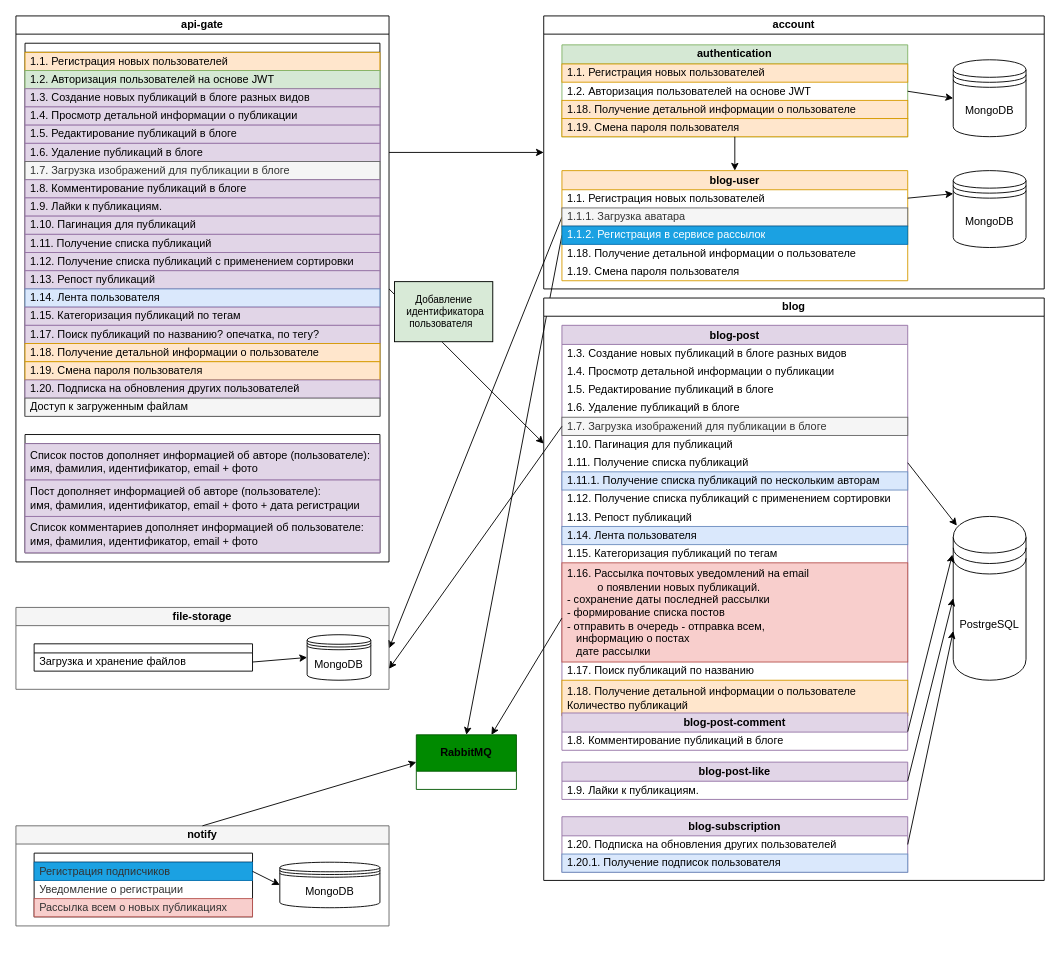
htmlacademy-nestjs/2486639-readme-8 keeps this draw.io diagram as specification.drawio. Above is the earlier version. Source tidied: cells renumbered, new cells numbered last; positions are measured from the earlier drawing's top-left corner, leaving out a move shared by most shapes. Both pictures are drawn from the tidied source at 91%, with x=0, y=0 at pixel (15, 15).
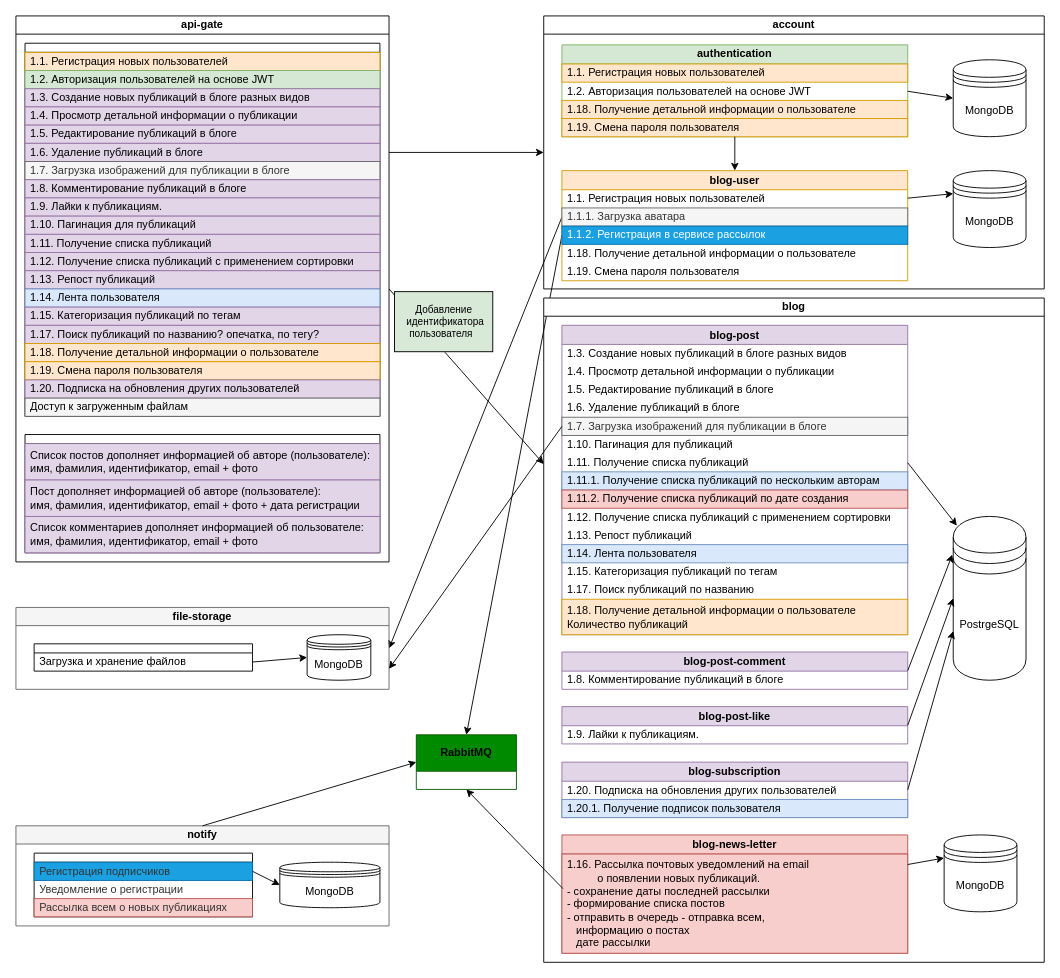
Above is the later version.

Commit message (it also covers changes not shown here):
скорректировал схему

Unchanged cells that the change refers to:
```xml
<mxCell id="93" value="&lt;span style=&quot;color: rgb(0, 0, 0);&quot;&gt;RabbitMQ&lt;/span&gt;" style="swimlane;whiteSpace=wrap;html=1;align=center;fontSize=12;startSize=40;fillColor=#008a00;fontColor=#ffffff;strokeColor=#005700;" parent="1" vertex="1">
  <mxGeometry x="440" y="790" width="110" height="60" as="geometry" />
</mxCell>
```

Change to the diagram source:
```diff
@@
     <mxCell id="48" value="blog" style="swimlane;whiteSpace=wrap;html=1;align=center;fontSize=12;startSize=20;" parent="1" vertex="1">
-      <mxGeometry x="580" y="310" width="550" height="640" as="geometry" />
+      <mxGeometry x="580" y="310" width="550" height="730" as="geometry" />
     </mxCell>
     <mxCell id="49" value="&lt;span style=&quot;font-weight: 700;&quot;&gt;blog-post&lt;/span&gt;" style="swimlane;fontStyle=0;horizontal=1;startSize=21;whiteSpace=wrap;html=1;fillColor=#e1d5e7;strokeColor=#9673a6;" parent="48" vertex="1">
-      <mxGeometry x="20" y="30" width="380" height="429" as="geometry" />
+      <mxGeometry x="20" y="30" width="380" height="340" as="geometry" />
     </mxCell>
@@
+    <mxCell id="95" value="&lt;span style=&quot;text-wrap-mode: nowrap;&quot;&gt;1.11.2. Получение списка публикаций по дате создания&lt;/span&gt;" style="text;align=left;verticalAlign=middle;spacingLeft=4;spacingRight=4;overflow=hidden;whiteSpace=wrap;html=1;fillColor=#f8cecc;strokeColor=#b85450;" parent="49" vertex="1">
+      <mxGeometry y="181" width="380" height="20" as="geometry" />
+    </mxCell>
     <mxCell id="58" value="&lt;span style=&quot;text-wrap-mode: nowrap;&quot;&gt;1.12. Получение списка публикаций с применением сортировки&lt;/span&gt;" style="text;align=left;verticalAlign=middle;spacingLeft=4;spacingRight=4;overflow=hidden;whiteSpace=wrap;html=1;" parent="49" vertex="1">
-      <mxGeometry y="181" width="380" height="20" as="geometry" />
+      <mxGeometry y="201" width="380" height="20" as="geometry" />
     </mxCell>
     <mxCell id="59" value="&lt;span style=&quot;text-wrap-mode: nowrap;&quot;&gt;1.13. Репост публикаций&lt;/span&gt;" style="text;align=left;verticalAlign=middle;spacingLeft=4;spacingRight=4;overflow=hidden;whiteSpace=wrap;html=1;" parent="49" vertex="1">
-      <mxGeometry y="201" width="380" height="20" as="geometry" />
+      <mxGeometry y="221" width="380" height="20" as="geometry" />
     </mxCell>
     <mxCell id="60" value="&lt;span style=&quot;text-wrap-mode: nowrap;&quot;&gt;1.14. Лента пользователя&lt;/span&gt;" style="text;align=left;verticalAlign=middle;spacingLeft=4;spacingRight=4;overflow=hidden;whiteSpace=wrap;html=1;fillColor=#dae8fc;strokeColor=#6c8ebf;" parent="49" vertex="1">
-      <mxGeometry y="221" width="380" height="20" as="geometry" />
+      <mxGeometry y="241" width="380" height="20" as="geometry" />
     </mxCell>
     <mxCell id="61" value="&lt;span style=&quot;text-wrap-mode: nowrap;&quot;&gt;1.15. Категоризация публикаций по тегам&lt;/span&gt;" style="text;align=left;verticalAlign=middle;spacingLeft=4;spacingRight=4;overflow=hidden;whiteSpace=wrap;html=1;" parent="49" vertex="1">
-      <mxGeometry y="241" width="380" height="20" as="geometry" />
+      <mxGeometry y="261" width="380" height="20" as="geometry" />
     </mxCell>
-    <mxCell id="62" value="&lt;span style=&quot;text-align: center; text-wrap-mode: nowrap;&quot;&gt;1.16. Рассылка почтовых уведомлений на email&lt;/span&gt;&lt;div&gt;&lt;span style=&quot;text-align: center; text-wrap-mode: nowrap;&quot;&gt;&amp;nbsp; &amp;nbsp; &amp;nbsp; &amp;nbsp; &amp;nbsp; о появлении новых публикаций.&lt;/span&gt;&lt;/div&gt;&lt;div&gt;&lt;span style=&quot;text-align: center; text-wrap-mode: nowrap;&quot;&gt;- сохранение даты последней рассылки&lt;/span&gt;&lt;/div&gt;&lt;div&gt;&lt;span style=&quot;text-align: center; text-wrap-mode: nowrap;&quot;&gt;- формирование списка постов&lt;/span&gt;&lt;/div&gt;&lt;div&gt;&lt;span style=&quot;text-align: center; text-wrap-mode: nowrap;&quot;&gt;- отправить в очередь - отправка всем,&amp;nbsp;&lt;/span&gt;&lt;/div&gt;&lt;div&gt;&lt;span style=&quot;text-align: center; text-wrap-mode: nowrap;&quot;&gt;&amp;nbsp; &amp;nbsp;информацию о постах&amp;nbsp;&lt;/span&gt;&lt;/div&gt;&lt;div&gt;&lt;span style=&quot;text-align: center; text-wrap-mode: nowrap;&quot;&gt;&amp;nbsp; &amp;nbsp;дате рассылки&lt;/span&gt;&lt;/div&gt;" style="text;align=left;verticalAlign=middle;spacingLeft=4;spacingRight=4;overflow=hidden;points=[[0,0.5],[1,0.5]];portConstraint=eastwest;whiteSpace=wrap;html=1;fillColor=#f8cecc;strokeColor=#b85450;" parent="49" vertex="1">
-      <mxGeometry y="261" width="380" height="109" as="geometry" />
-    </mxCell>
     <mxCell id="63" value="&lt;span style=&quot;text-wrap-mode: nowrap;&quot;&gt;1.17. Поиск публикаций по названию&lt;/span&gt;" style="text;align=left;verticalAlign=middle;spacingLeft=4;spacingRight=4;overflow=hidden;whiteSpace=wrap;html=1;" parent="49" vertex="1">
-      <mxGeometry y="370" width="380" height="20" as="geometry" />
+      <mxGeometry y="281" width="380" height="20" as="geometry" />
     </mxCell>
     <mxCell id="64" value="&lt;span style=&quot;text-align: center; text-wrap-mode: nowrap;&quot;&gt;1.18. Получение детальной информации о пользователе&lt;/span&gt;&lt;div&gt;&lt;span style=&quot;text-align: center; text-wrap-mode: nowrap;&quot;&gt;Количество публикаций&lt;/span&gt;&lt;/div&gt;" style="text;strokeColor=#d79b00;fillColor=#ffe6cc;align=left;verticalAlign=middle;spacingLeft=4;spacingRight=4;overflow=hidden;whiteSpace=wrap;html=1;" parent="49" vertex="1">
-      <mxGeometry y="390" width="380" height="39" as="geometry" />
+      <mxGeometry y="301" width="380" height="39" as="geometry" />
     </mxCell>
@@
     <mxCell id="67" value="&lt;span style=&quot;font-weight: 700;&quot;&gt;blog-post-comment&lt;/span&gt;" style="swimlane;fontStyle=0;horizontal=1;startSize=21;whiteSpace=wrap;html=1;fillColor=#e1d5e7;strokeColor=#9673a6;" parent="48" vertex="1">
-      <mxGeometry x="20" y="456" width="380" height="41" as="geometry" />
+      <mxGeometry x="20" y="389" width="380" height="41" as="geometry" />
     </mxCell>
@@
     <mxCell id="69" value="&lt;span style=&quot;font-weight: 700;&quot;&gt;blog-post-like&lt;/span&gt;" style="swimlane;fontStyle=0;horizontal=1;startSize=21;whiteSpace=wrap;html=1;fillColor=#e1d5e7;strokeColor=#9673a6;" parent="48" vertex="1">
-      <mxGeometry x="20" y="510" width="380" height="41" as="geometry" />
+      <mxGeometry x="20" y="449" width="380" height="41" as="geometry" />
     </mxCell>
@@
     <mxCell id="71" value="&lt;span style=&quot;font-weight: 700;&quot;&gt;blog-subscription&lt;/span&gt;" style="swimlane;fontStyle=0;horizontal=1;startSize=21;whiteSpace=wrap;html=1;fillColor=#e1d5e7;strokeColor=#9673a6;" parent="48" vertex="1">
-      <mxGeometry x="20" y="570" width="380" height="61" as="geometry" />
+      <mxGeometry x="20" y="510" width="380" height="61" as="geometry" />
     </mxCell>
@@
+    <mxCell id="96" value="&lt;span style=&quot;font-weight: 700;&quot;&gt;blog-news-letter&lt;/span&gt;" style="swimlane;fontStyle=0;horizontal=1;startSize=21;whiteSpace=wrap;html=1;fillColor=#f8cecc;strokeColor=#b85450;" parent="48" vertex="1">
+      <mxGeometry x="20" y="590" width="380" height="130" as="geometry" />
+    </mxCell>
+    <mxCell id="62" value="&lt;span style=&quot;text-align: center; text-wrap-mode: nowrap;&quot;&gt;1.16. Рассылка почтовых уведомлений на email&lt;/span&gt;&lt;div&gt;&lt;span style=&quot;text-align: center; text-wrap-mode: nowrap;&quot;&gt;&amp;nbsp; &amp;nbsp; &amp;nbsp; &amp;nbsp; &amp;nbsp; о появлении новых публикаций.&lt;/span&gt;&lt;/div&gt;&lt;div&gt;&lt;span style=&quot;text-align: center; text-wrap-mode: nowrap;&quot;&gt;- сохранение даты последней рассылки&lt;/span&gt;&lt;/div&gt;&lt;div&gt;&lt;span style=&quot;text-align: center; text-wrap-mode: nowrap;&quot;&gt;- формирование списка постов&lt;/span&gt;&lt;/div&gt;&lt;div&gt;&lt;span style=&quot;text-align: center; text-wrap-mode: nowrap;&quot;&gt;- отправить в очередь - отправка всем,&amp;nbsp;&lt;/span&gt;&lt;/div&gt;&lt;div&gt;&lt;span style=&quot;text-align: center; text-wrap-mode: nowrap;&quot;&gt;&amp;nbsp; &amp;nbsp;информацию о постах&amp;nbsp;&lt;/span&gt;&lt;/div&gt;&lt;div&gt;&lt;span style=&quot;text-align: center; text-wrap-mode: nowrap;&quot;&gt;&amp;nbsp; &amp;nbsp;дате рассылки&lt;/span&gt;&lt;/div&gt;" style="text;align=left;verticalAlign=middle;spacingLeft=4;spacingRight=4;overflow=hidden;points=[[0,0.5],[1,0.5]];portConstraint=eastwest;whiteSpace=wrap;html=1;fillColor=#f8cecc;strokeColor=#b85450;" parent="96" vertex="1">
+      <mxGeometry y="21" width="380" height="109" as="geometry" />
+    </mxCell>
+    <mxCell id="97" value="MongoDB" style="shape=datastore;whiteSpace=wrap;html=1;fontSize=12;" parent="48" vertex="1">
+      <mxGeometry x="440" y="590" width="80" height="84.5" as="geometry" />
+    </mxCell>
+    <mxCell id="98" style="endArrow=classic;html=1;rounded=0;entryX=0;entryY=0.3;entryDx=0;entryDy=0;exitX=1;exitY=0.25;exitDx=0;exitDy=0;" parent="48" edge="1" source="96" target="97">
+      <mxGeometry relative="1" as="geometry" />
+    </mxCell>
@@
-    <mxCell id="91" style="endArrow=classic;html=1;rounded=0;exitX=0;exitY=0.75;exitDx=0;exitDy=0;entryX=0.75;entryY=0;entryDx=0;entryDy=0;" parent="1" edge="1" source="49" target="93">
+    <mxCell id="91" style="endArrow=classic;html=1;rounded=0;exitX=0.003;exitY=0.349;exitDx=0;exitDy=0;entryX=0.5;entryY=1;entryDx=0;entryDy=0;exitPerimeter=0;" parent="1" edge="1" source="62" target="93">
       <mxGeometry relative="1" as="geometry" />
     </mxCell>
```
